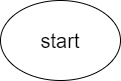
This is Homework_1_Sem/Task4/task4_diagram.drawio.png from Another2001/-, a draw.io export, as it was before one commit. Source tidied: cells renumbered, new cells last; positions are measured from the earlier drawing's top-left corner, leaving out a move shared by most shapes. Source of this version:
```xml
<mxGraphModel>
  <root>
    <mxCell id="0" />
    <mxCell id="1" parent="0" />
    <mxCell id="2" value="start" style="ellipse;whiteSpace=wrap;html=1;fontSize=20;" parent="1" vertex="1">
      <mxGeometry width="120" height="80" as="geometry" />
    </mxCell>
  </root>
</mxGraphModel>
```
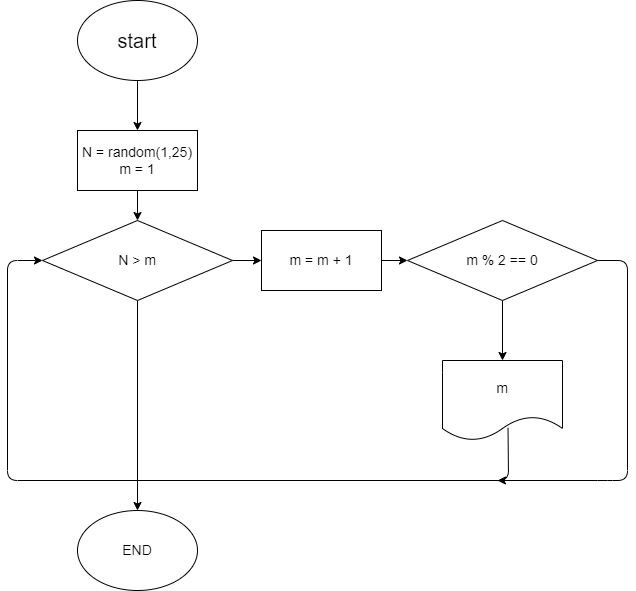
The same file after the commit.

Commit message:
complete 4 task

Change to the diagram source:
```diff
@@ -2,8 +2,65 @@
   <root>
     <mxCell id="0" />
     <mxCell id="1" parent="0" />
+    <mxCell id="3" style="edgeStyle=none;html=1;fontSize=20;" parent="1" edge="1" source="2">
+      <mxGeometry relative="1" as="geometry">
+        <mxPoint x="60" y="130" as="targetPoint" />
+      </mxGeometry>
+    </mxCell>
     <mxCell id="2" value="start" style="ellipse;whiteSpace=wrap;html=1;fontSize=20;" parent="1" vertex="1">
       <mxGeometry width="120" height="80" as="geometry" />
     </mxCell>
+    <mxCell id="4" style="edgeStyle=none;html=1;exitX=0.5;exitY=1;exitDx=0;exitDy=0;entryX=0.5;entryY=0;entryDx=0;entryDy=0;fontSize=14;" parent="1" edge="1" source="5" target="8">
+      <mxGeometry relative="1" as="geometry" />
+    </mxCell>
+    <mxCell id="5" value="N = random(1,25)&lt;br&gt;m = 1" style="rounded=0;whiteSpace=wrap;html=1;fontSize=14;" parent="1" vertex="1">
+      <mxGeometry y="130" width="120" height="60" as="geometry" />
+    </mxCell>
+    <mxCell id="6" style="edgeStyle=none;html=1;exitX=0.5;exitY=1;exitDx=0;exitDy=0;fontSize=14;entryX=0.5;entryY=0;entryDx=0;entryDy=0;" parent="1" edge="1" source="8" target="15">
+      <mxGeometry relative="1" as="geometry" />
+    </mxCell>
+    <mxCell id="7" style="edgeStyle=none;html=1;exitX=1;exitY=0.5;exitDx=0;exitDy=0;entryX=0;entryY=0.5;entryDx=0;entryDy=0;fontSize=14;" parent="1" edge="1" source="8" target="11">
+      <mxGeometry relative="1" as="geometry" />
+    </mxCell>
+    <mxCell id="8" value="N &amp;gt; m" style="rhombus;whiteSpace=wrap;html=1;fontSize=14;" parent="1" vertex="1">
+      <mxGeometry x="-35" y="220" width="190" height="80" as="geometry" />
+    </mxCell>
+    <mxCell id="9" value="m" style="shape=document;whiteSpace=wrap;html=1;boundedLbl=1;fontSize=14;" parent="1" vertex="1">
+      <mxGeometry x="365" y="360" width="120" height="80" as="geometry" />
+    </mxCell>
+    <mxCell id="10" style="edgeStyle=none;html=1;exitX=1;exitY=0.5;exitDx=0;exitDy=0;entryX=0;entryY=0.5;entryDx=0;entryDy=0;fontSize=14;" parent="1" edge="1" source="11" target="14">
+      <mxGeometry relative="1" as="geometry" />
+    </mxCell>
+    <mxCell id="11" value="m = m + 1&lt;br&gt;" style="rounded=0;whiteSpace=wrap;html=1;fontSize=14;" parent="1" vertex="1">
+      <mxGeometry x="184" y="230" width="120" height="60" as="geometry" />
+    </mxCell>
+    <mxCell id="12" style="edgeStyle=none;html=1;exitX=0.5;exitY=1;exitDx=0;exitDy=0;entryX=0.5;entryY=0;entryDx=0;entryDy=0;fontSize=14;" parent="1" edge="1" source="14" target="9">
+      <mxGeometry relative="1" as="geometry" />
+    </mxCell>
+    <mxCell id="13" style="edgeStyle=none;html=1;exitX=1;exitY=0.5;exitDx=0;exitDy=0;fontSize=14;" parent="1" edge="1" source="14">
+      <mxGeometry relative="1" as="geometry">
+        <mxPoint x="420" y="480" as="targetPoint" />
+        <Array as="points">
+          <mxPoint x="550" y="260" />
+          <mxPoint x="550" y="480" />
+          <mxPoint x="530" y="480" />
+        </Array>
+      </mxGeometry>
+    </mxCell>
+    <mxCell id="14" value="m % 2 == 0" style="rhombus;whiteSpace=wrap;html=1;fontSize=14;" parent="1" vertex="1">
+      <mxGeometry x="330" y="220" width="190" height="80" as="geometry" />
+    </mxCell>
+    <mxCell id="15" value="END" style="ellipse;whiteSpace=wrap;html=1;fontSize=14;" parent="1" vertex="1">
+      <mxGeometry y="510" width="120" height="80" as="geometry" />
+    </mxCell>
+    <mxCell id="16" style="endArrow=classic;html=1;fontSize=14;exitX=0.546;exitY=0.842;exitDx=0;exitDy=0;exitPerimeter=0;entryX=0;entryY=0.5;entryDx=0;entryDy=0;" parent="1" edge="1" source="9" target="8">
+      <mxGeometry relative="1" as="geometry">
+        <Array as="points">
+          <mxPoint x="431" y="480" />
+          <mxPoint x="-70" y="480" />
+          <mxPoint x="-70" y="260" />
+        </Array>
+      </mxGeometry>
+    </mxCell>
   </root>
 </mxGraphModel>
```
